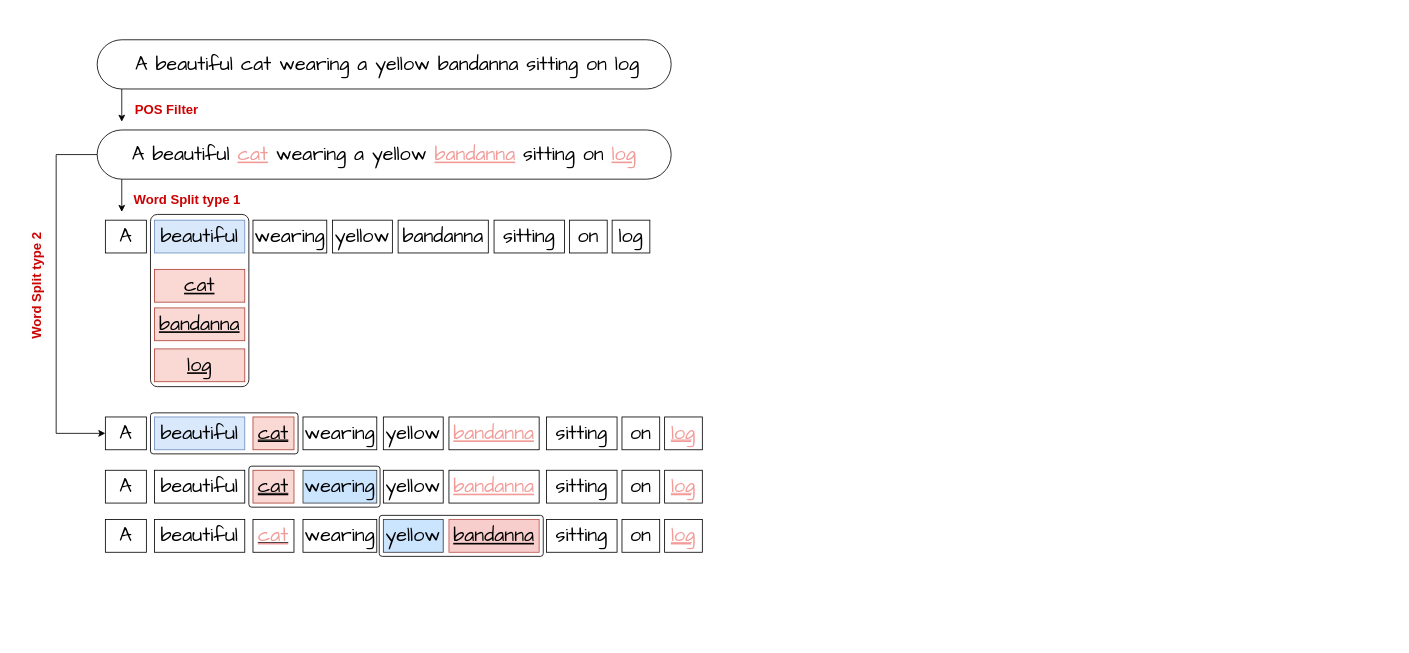
This is backdoor detection.drawio from Aemilia-xu/CS231n, a draw.io file, before an edit. Source tidied: cells renumbered, new cells numbered last; positions are measured from the earlier drawing's top-left corner, leaving out a move shared by most shapes. Both pictures are drawn from the tidied source at 82%, with x=0, y=0 at pixel (-43, 31).
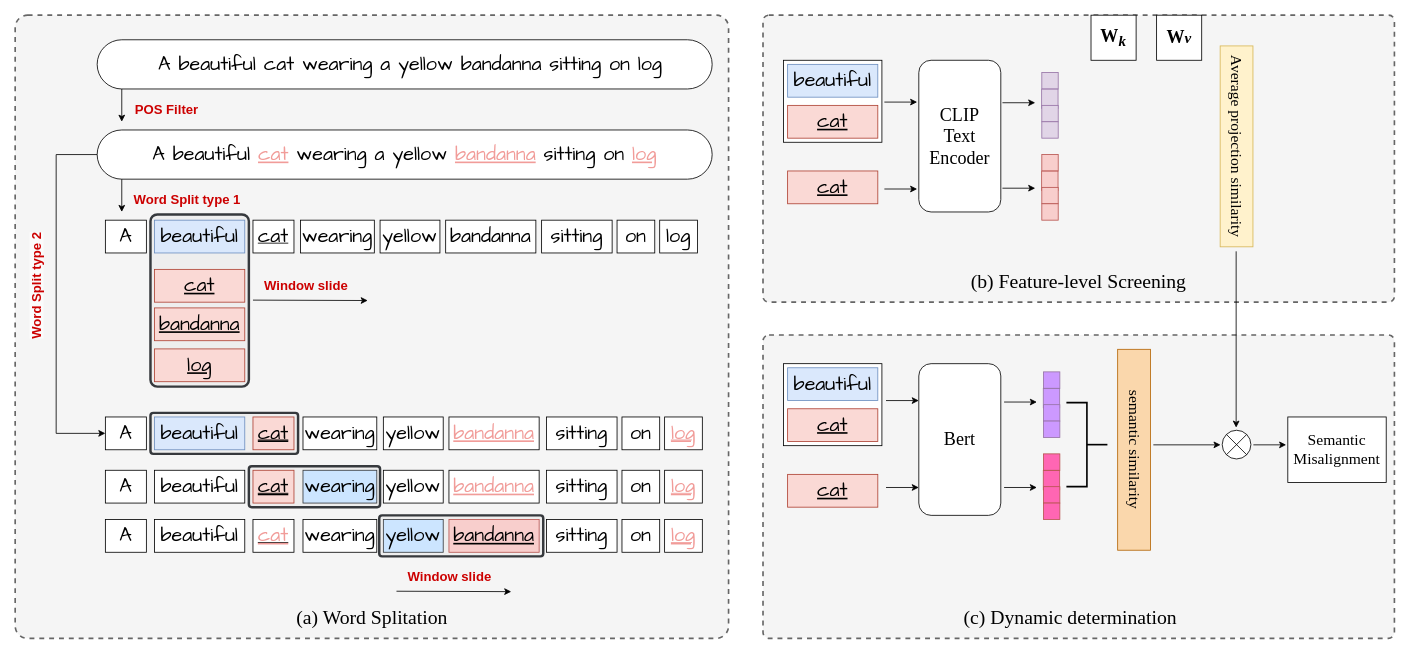
The same page after the edit.

What changed in the source:
```diff
@@
+    <mxCell id="54" style="rounded=1;whiteSpace=wrap;html=1;arcSize=2;strokeWidth=2;dashed=1;fillColor=#f5f5f5;strokeColor=#666666;fontColor=#333333;" parent="1" vertex="1">
+      <mxGeometry x="982" y="370" width="770" height="370" as="geometry" />
+    </mxCell>
+    <mxCell id="55" style="rounded=1;whiteSpace=wrap;html=1;arcSize=2;strokeWidth=2;dashed=1;fillColor=#f5f5f5;strokeColor=#666666;fontColor=#333333;" parent="1" vertex="1">
+      <mxGeometry x="982" y="-20" width="770" height="350" as="geometry" />
+    </mxCell>
+    <mxCell id="56" style="rounded=1;whiteSpace=wrap;html=1;arcSize=2;strokeWidth=2;dashed=1;fillColor=#f5f5f5;strokeColor=#666666;fontColor=#333333;" parent="1" vertex="1">
+      <mxGeometry x="70" y="-20" width="870" height="760" as="geometry" />
+    </mxCell>
+    <mxCell id="57" style="rounded=0;whiteSpace=wrap;html=1;" parent="1" vertex="1">
+      <mxGeometry x="1007" y="35" width="120" height="100" as="geometry" />
+    </mxCell>
-    <mxCell id="2" style="rounded=1;whiteSpace=wrap;html=1;arcSize=7;" parent="1" vertex="1">
+    <mxCell id="2" style="rounded=1;whiteSpace=wrap;html=1;arcSize=7;fillColor=#eeeeee;strokeColor=#36393d;strokeWidth=3;" parent="1" vertex="1">
       <mxGeometry x="235" y="465" width="180" height="50" as="geometry" />
     </mxCell>
-    <mxCell id="3" style="rounded=1;whiteSpace=wrap;html=1;arcSize=7;" parent="1" vertex="1">
+    <mxCell id="3" style="rounded=1;whiteSpace=wrap;html=1;arcSize=7;strokeWidth=3;fillColor=#eeeeee;strokeColor=#36393d;" parent="1" vertex="1">
       <mxGeometry x="235" y="223" width="120" height="210" as="geometry" />
     </mxCell>
     <mxCell id="4" style="rounded=1;whiteSpace=wrap;html=1;arcSize=50;" parent="1" vertex="1">
-      <mxGeometry x="170" y="10" width="700" height="60" as="geometry" />
+      <mxGeometry x="170" y="10" width="750" height="60" as="geometry" />
     </mxCell>
     <mxCell id="5" value="&lt;font face=&quot;Comic Sans MS&quot;&gt;&lt;span style=&quot;font-size: 24px;&quot;&gt;A &lt;font&gt;beautiful&lt;/font&gt;&amp;nbsp;cat wearing a yellow bandanna sitting on log&lt;/span&gt;&lt;/font&gt;" style="text;html=1;align=center;verticalAlign=middle;whiteSpace=wrap;rounded=0;" parent="1" vertex="1">
-      <mxGeometry x="204" width="640" height="80" as="geometry" />
+      <mxGeometry x="231.5" width="640" height="80" as="geometry" />
     </mxCell>
@@
     <mxCell id="7" style="rounded=1;whiteSpace=wrap;html=1;arcSize=50;" parent="1" vertex="1">
-      <mxGeometry x="170" y="120" width="700" height="60" as="geometry" />
+      <mxGeometry x="170" y="120" width="750" height="60" as="geometry" />
     </mxCell>
     <mxCell id="8" value="&lt;font face=&quot;Comic Sans MS&quot;&gt;&lt;span style=&quot;font-size: 24px;&quot;&gt;A &lt;font&gt;beautiful&lt;/font&gt;&amp;nbsp;&lt;font style=&quot;color: rgb(241, 156, 153);&quot;&gt;&lt;u&gt;cat&lt;/u&gt;&lt;/font&gt; wearing a yellow &lt;font style=&quot;color: rgb(241, 156, 153);&quot;&gt;&lt;u&gt;bandanna&lt;/u&gt;&lt;/font&gt; sitting on &lt;font style=&quot;color: rgb(241, 156, 153);&quot;&gt;&lt;u&gt;log&lt;/u&gt;&lt;/font&gt;&lt;/span&gt;&lt;/font&gt;" style="text;html=1;align=center;verticalAlign=middle;whiteSpace=wrap;rounded=0;" parent="1" vertex="1">
-      <mxGeometry x="200" y="110" width="640" height="80" as="geometry" />
+      <mxGeometry x="225" y="110" width="640" height="80" as="geometry" />
     </mxCell>
@@
     <mxCell id="14" value="&lt;span style=&quot;font-family: &amp;quot;Comic Sans MS&amp;quot;; font-size: 24px;&quot;&gt;&lt;font style=&quot;color: rgb(0, 0, 0);&quot;&gt;wearing&lt;/font&gt;&lt;/span&gt;" style="rounded=0;whiteSpace=wrap;html=1;" parent="1" vertex="1">
-      <mxGeometry x="360" y="230" width="90" height="40" as="geometry" />
+      <mxGeometry x="418" y="230" width="90" height="40" as="geometry" />
     </mxCell>
     <mxCell id="15" value="&lt;span style=&quot;font-family: &amp;quot;Comic Sans MS&amp;quot;; font-size: 24px;&quot;&gt;&lt;font style=&quot;color: rgb(0, 0, 0);&quot;&gt;yellow&lt;/font&gt;&lt;/span&gt;" style="rounded=0;whiteSpace=wrap;html=1;" parent="1" vertex="1">
-      <mxGeometry x="457" y="230" width="73" height="40" as="geometry" />
+      <mxGeometry x="515" y="230" width="73" height="40" as="geometry" />
     </mxCell>
     <mxCell id="16" value="&lt;span style=&quot;font-family: &amp;quot;Comic Sans MS&amp;quot;; font-size: 24px;&quot;&gt;&lt;font style=&quot;color: rgb(0, 0, 0);&quot;&gt;bandanna&lt;/font&gt;&lt;/span&gt;" style="rounded=0;whiteSpace=wrap;html=1;" parent="1" vertex="1">
-      <mxGeometry x="537" y="230" width="110" height="40" as="geometry" />
+      <mxGeometry x="595" y="230" width="110" height="40" as="geometry" />
     </mxCell>
     <mxCell id="17" value="&lt;span style=&quot;font-family: &amp;quot;Comic Sans MS&amp;quot;; font-size: 24px;&quot;&gt;&lt;font style=&quot;color: rgb(0, 0, 0);&quot;&gt;sitting&lt;/font&gt;&lt;/span&gt;" style="rounded=0;whiteSpace=wrap;html=1;" parent="1" vertex="1">
-      <mxGeometry x="654" y="230" width="86" height="40" as="geometry" />
+      <mxGeometry x="712" y="230" width="86" height="40" as="geometry" />
     </mxCell>
     <mxCell id="18" value="&lt;span style=&quot;font-family: &amp;quot;Comic Sans MS&amp;quot;; font-size: 24px;&quot;&gt;&lt;font style=&quot;color: rgb(0, 0, 0);&quot;&gt;on&lt;/font&gt;&lt;/span&gt;" style="rounded=0;whiteSpace=wrap;html=1;" parent="1" vertex="1">
-      <mxGeometry x="746" y="230" width="46" height="40" as="geometry" />
+      <mxGeometry x="804" y="230" width="46" height="40" as="geometry" />
     </mxCell>
     <mxCell id="19" value="&lt;span style=&quot;font-family: &amp;quot;Comic Sans MS&amp;quot;; font-size: 24px;&quot;&gt;&lt;font style=&quot;color: rgb(0, 0, 0);&quot;&gt;log&lt;/font&gt;&lt;/span&gt;" style="rounded=0;whiteSpace=wrap;html=1;" parent="1" vertex="1">
-      <mxGeometry x="798" y="230" width="46" height="40" as="geometry" />
+      <mxGeometry x="856" y="230" width="46" height="40" as="geometry" />
     </mxCell>
@@
-    <mxCell id="34" style="rounded=1;whiteSpace=wrap;html=1;arcSize=7;" parent="1" vertex="1">
+    <mxCell id="34" style="rounded=1;whiteSpace=wrap;html=1;arcSize=7;fillColor=#eeeeee;strokeColor=#36393d;strokeWidth=3;" parent="1" vertex="1">
       <mxGeometry x="355" y="530" width="160" height="50" as="geometry" />
     </mxCell>
@@
-    <mxCell id="44" style="rounded=1;whiteSpace=wrap;html=1;arcSize=7;" parent="1" vertex="1">
+    <mxCell id="44" style="rounded=1;whiteSpace=wrap;html=1;arcSize=7;fillColor=#eeeeee;strokeColor=#36393d;strokeWidth=3;" parent="1" vertex="1">
       <mxGeometry x="514" y="590" width="200" height="50" as="geometry" />
     </mxCell>
@@
+    <mxCell id="58" style="endArrow=classic;html=1;rounded=0;" parent="1" edge="1">
+      <mxGeometry relative="1" as="geometry">
+        <mxPoint x="360" y="327.5" as="sourcePoint" />
+        <mxPoint x="500" y="328" as="targetPoint" />
+      </mxGeometry>
+    </mxCell>
+    <mxCell id="59" value="&lt;span style=&quot;font-family: &amp;quot;Comic Sans MS&amp;quot;; font-size: 24px;&quot;&gt;&lt;font style=&quot;color: rgb(0, 0, 0);&quot;&gt;cat&lt;/font&gt;&lt;/span&gt;" style="rounded=0;whiteSpace=wrap;html=1;fontStyle=4;" parent="1" vertex="1">
+      <mxGeometry x="360" y="230" width="50" height="40" as="geometry" />
+    </mxCell>
+    <mxCell id="60" value="Window slide" style="text;strokeColor=none;align=center;fillColor=none;html=1;verticalAlign=middle;whiteSpace=wrap;rounded=0;fontSize=16;fontStyle=1;fontColor=light-dark(#CC0000,#EDEDED);" parent="1" vertex="1">
+      <mxGeometry x="355" y="295" width="140" height="30" as="geometry" />
+    </mxCell>
+    <mxCell id="61" style="endArrow=classic;html=1;rounded=0;" parent="1" edge="1">
+      <mxGeometry relative="1" as="geometry">
+        <mxPoint x="535" y="682.5" as="sourcePoint" />
+        <mxPoint x="675" y="683" as="targetPoint" />
+      </mxGeometry>
+    </mxCell>
+    <mxCell id="62" value="Window slide" style="text;strokeColor=none;align=center;fillColor=none;html=1;verticalAlign=middle;whiteSpace=wrap;rounded=0;fontSize=16;fontStyle=1;fontColor=light-dark(#CC0000,#EDEDED);" parent="1" vertex="1">
+      <mxGeometry x="530" y="650" width="140" height="30" as="geometry" />
+    </mxCell>
+    <mxCell id="63" value="&lt;u style=&quot;font-family: &amp;quot;Comic Sans MS&amp;quot;; font-size: 24px;&quot;&gt;&lt;font style=&quot;color: rgb(0, 0, 0);&quot;&gt;cat&lt;/font&gt;&lt;/u&gt;" style="rounded=0;whiteSpace=wrap;html=1;fillColor=#fad9d5;strokeColor=#ae4132;" parent="1" vertex="1">
+      <mxGeometry x="1012" y="90" width="110" height="40" as="geometry" />
+    </mxCell>
+    <mxCell id="64" value="&lt;span style=&quot;font-family: &amp;quot;Comic Sans MS&amp;quot;; font-size: 24px;&quot;&gt;&lt;font style=&quot;color: rgb(0, 0, 0);&quot;&gt;beautiful&lt;/font&gt;&lt;/span&gt;" style="rounded=0;whiteSpace=wrap;html=1;fillColor=#dae8fc;strokeColor=#6c8ebf;" parent="1" vertex="1">
+      <mxGeometry x="1012" y="40" width="110" height="40" as="geometry" />
+    </mxCell>
+    <mxCell id="65" value="&lt;u style=&quot;font-family: &amp;quot;Comic Sans MS&amp;quot;; font-size: 24px;&quot;&gt;&lt;font style=&quot;color: rgb(0, 0, 0);&quot;&gt;cat&lt;/font&gt;&lt;/u&gt;" style="rounded=0;whiteSpace=wrap;html=1;fillColor=#fad9d5;strokeColor=#ae4132;" parent="1" vertex="1">
+      <mxGeometry x="1012" y="170" width="110" height="40" as="geometry" />
+    </mxCell>
+    <mxCell id="66" value="&lt;font face=&quot;Times New Roman&quot; style=&quot;font-size: 22px;&quot;&gt;CLIP&lt;/font&gt;&lt;div&gt;&lt;font face=&quot;Times New Roman&quot; style=&quot;font-size: 22px;&quot;&gt;Text&lt;/font&gt;&lt;/div&gt;&lt;div&gt;&lt;font face=&quot;Times New Roman&quot; style=&quot;font-size: 22px;&quot;&gt;Encoder&lt;/font&gt;&lt;/div&gt;" style="rounded=1;whiteSpace=wrap;html=1;" parent="1" vertex="1">
+      <mxGeometry x="1172" y="35" width="100" height="185" as="geometry" />
+    </mxCell>
+    <mxCell id="67" style="endArrow=classic;html=1;rounded=0;" parent="1" edge="1">
+      <mxGeometry relative="1" as="geometry">
+        <mxPoint x="1130" y="86" as="sourcePoint" />
+        <mxPoint x="1170" y="86" as="targetPoint" />
+      </mxGeometry>
+    </mxCell>
+    <mxCell id="68" style="endArrow=classic;html=1;rounded=0;" parent="1" edge="1">
+      <mxGeometry relative="1" as="geometry">
+        <mxPoint x="1130" y="192" as="sourcePoint" />
+        <mxPoint x="1170" y="192" as="targetPoint" />
+      </mxGeometry>
+    </mxCell>
+    <mxCell id="69" style="group;rotation=90;" parent="1" vertex="1">
+      <mxGeometry x="1282" y="70" width="100" height="20" as="geometry" />
+    </mxCell>
+    <mxCell id="70" style="rounded=0;whiteSpace=wrap;html=1;fillColor=#e1d5e7;strokeColor=#9673a6;rotation=90;" parent="69" vertex="1">
+      <mxGeometry x="40" y="-20" width="20" height="20" as="geometry" />
+    </mxCell>
+    <mxCell id="71" style="rounded=0;whiteSpace=wrap;html=1;fillColor=#e1d5e7;strokeColor=#9673a6;rotation=90;" parent="69" vertex="1">
+      <mxGeometry x="38" y="2" width="23.6" height="20" as="geometry" />
+    </mxCell>
+    <mxCell id="72" style="rounded=0;whiteSpace=wrap;html=1;fillColor=#e1d5e7;strokeColor=#9673a6;rotation=90;" parent="69" vertex="1">
+      <mxGeometry x="40" y="20" width="20" height="20" as="geometry" />
+    </mxCell>
+    <mxCell id="73" style="rounded=0;whiteSpace=wrap;html=1;fillColor=#e1d5e7;strokeColor=#9673a6;rotation=90;" parent="69" vertex="1">
+      <mxGeometry x="40" y="40" width="20" height="20" as="geometry" />
+    </mxCell>
+    <mxCell id="74" style="endArrow=classic;html=1;rounded=0;" parent="1" edge="1">
+      <mxGeometry relative="1" as="geometry">
+        <mxPoint x="1274" y="86.8" as="sourcePoint" />
+        <mxPoint x="1314" y="86.8" as="targetPoint" />
+      </mxGeometry>
+    </mxCell>
+    <mxCell id="75" style="endArrow=classic;html=1;rounded=0;" parent="1" edge="1">
+      <mxGeometry relative="1" as="geometry">
+        <mxPoint x="1274" y="191" as="sourcePoint" />
+        <mxPoint x="1314" y="191" as="targetPoint" />
+      </mxGeometry>
+    </mxCell>
+    <mxCell id="76" style="group;rotation=90;" parent="1" vertex="1">
+      <mxGeometry x="1282" y="170" width="100" height="20" as="geometry" />
+    </mxCell>
+    <mxCell id="77" style="rounded=0;whiteSpace=wrap;html=1;fillColor=#f8cecc;strokeColor=#b85450;rotation=90;" parent="76" vertex="1">
+      <mxGeometry x="40" y="-20" width="20" height="20" as="geometry" />
+    </mxCell>
+    <mxCell id="78" style="rounded=0;whiteSpace=wrap;html=1;fillColor=#f8cecc;strokeColor=#b85450;rotation=90;" parent="76" vertex="1">
+      <mxGeometry x="38" y="2" width="23.6" height="20" as="geometry" />
+    </mxCell>
+    <mxCell id="79" style="rounded=0;whiteSpace=wrap;html=1;fillColor=#f8cecc;strokeColor=#b85450;rotation=90;" parent="76" vertex="1">
+      <mxGeometry x="40" y="20" width="20" height="20" as="geometry" />
+    </mxCell>
+    <mxCell id="80" style="rounded=0;whiteSpace=wrap;html=1;fillColor=#f8cecc;strokeColor=#b85450;rotation=90;" parent="76" vertex="1">
+      <mxGeometry x="40" y="40" width="20" height="20" as="geometry" />
+    </mxCell>
+    <mxCell id="81" value="&lt;font face=&quot;Times New Roman&quot;&gt;&lt;b&gt;W&lt;sub&gt;&lt;i&gt;k&lt;/i&gt;&lt;/sub&gt;&lt;/b&gt;&lt;/font&gt;" style="whiteSpace=wrap;html=1;fontSize=22;" parent="1" vertex="1">
+      <mxGeometry x="1382" y="-20" width="55" height="55" as="geometry" />
+    </mxCell>
+    <mxCell id="82" value="&lt;font face=&quot;Times New Roman&quot;&gt;&lt;b&gt;W&lt;span style=&quot;font-size: 18.3333px;&quot;&gt;&lt;i&gt;v&lt;/i&gt;&lt;/span&gt;&lt;/b&gt;&lt;/font&gt;" style="whiteSpace=wrap;html=1;fontSize=22;" parent="1" vertex="1">
+      <mxGeometry x="1462" y="-20" width="55" height="55" as="geometry" />
+    </mxCell>
+    <mxCell id="83" value="&lt;font face=&quot;Times New Roman&quot; style=&quot;font-size: 19px;&quot;&gt;Average projection similarity&lt;/font&gt;" style="rounded=0;whiteSpace=wrap;html=1;rotation=90;fillColor=#fff2cc;strokeColor=#d6b656;align=center;verticalAlign=middle;" parent="1" vertex="1">
+      <mxGeometry x="1437" y="120" width="245" height="40" as="geometry" />
+    </mxCell>
+    <mxCell id="84" style="rounded=0;whiteSpace=wrap;html=1;" parent="1" vertex="1">
+      <mxGeometry x="1007" y="405" width="120" height="100" as="geometry" />
+    </mxCell>
+    <mxCell id="85" value="&lt;u style=&quot;font-family: &amp;quot;Comic Sans MS&amp;quot;; font-size: 24px;&quot;&gt;&lt;font style=&quot;color: rgb(0, 0, 0);&quot;&gt;cat&lt;/font&gt;&lt;/u&gt;" style="rounded=0;whiteSpace=wrap;html=1;fillColor=#fad9d5;strokeColor=#ae4132;" parent="1" vertex="1">
+      <mxGeometry x="1012" y="460" width="110" height="40" as="geometry" />
+    </mxCell>
+    <mxCell id="86" value="&lt;span style=&quot;font-family: &amp;quot;Comic Sans MS&amp;quot;; font-size: 24px;&quot;&gt;&lt;font style=&quot;color: rgb(0, 0, 0);&quot;&gt;beautiful&lt;/font&gt;&lt;/span&gt;" style="rounded=0;whiteSpace=wrap;html=1;fillColor=#dae8fc;strokeColor=#6c8ebf;" parent="1" vertex="1">
+      <mxGeometry x="1012" y="410" width="110" height="40" as="geometry" />
+    </mxCell>
+    <mxCell id="87" value="&lt;u style=&quot;font-family: &amp;quot;Comic Sans MS&amp;quot;; font-size: 24px;&quot;&gt;&lt;font style=&quot;color: rgb(0, 0, 0);&quot;&gt;cat&lt;/font&gt;&lt;/u&gt;" style="rounded=0;whiteSpace=wrap;html=1;fillColor=#fad9d5;strokeColor=#ae4132;" parent="1" vertex="1">
+      <mxGeometry x="1012" y="540" width="110" height="40" as="geometry" />
+    </mxCell>
+    <mxCell id="88" value="&lt;span style=&quot;font-size: 22px;&quot;&gt;&lt;font face=&quot;Times New Roman&quot;&gt;Bert&lt;/font&gt;&lt;/span&gt;" style="rounded=1;whiteSpace=wrap;html=1;" parent="1" vertex="1">
+      <mxGeometry x="1172" y="405" width="100" height="185" as="geometry" />
+    </mxCell>
+    <mxCell id="89" style="endArrow=classic;html=1;rounded=0;" parent="1" edge="1">
+      <mxGeometry relative="1" as="geometry">
+        <mxPoint x="1132" y="450" as="sourcePoint" />
+        <mxPoint x="1172" y="450" as="targetPoint" />
+      </mxGeometry>
+    </mxCell>
+    <mxCell id="90" style="endArrow=classic;html=1;rounded=0;" parent="1" edge="1">
+      <mxGeometry relative="1" as="geometry">
+        <mxPoint x="1132" y="556" as="sourcePoint" />
+        <mxPoint x="1172" y="556" as="targetPoint" />
+      </mxGeometry>
+    </mxCell>
+    <mxCell id="91" style="group;rotation=90;" parent="1" vertex="1">
+      <mxGeometry x="1284" y="435" width="100" height="20" as="geometry" />
+    </mxCell>
+    <mxCell id="92" style="rounded=0;whiteSpace=wrap;html=1;fillColor=#CC99FF;strokeColor=#9673a6;rotation=90;" parent="91" vertex="1">
+      <mxGeometry x="40" y="-20" width="20" height="20" as="geometry" />
+    </mxCell>
+    <mxCell id="93" style="rounded=0;whiteSpace=wrap;html=1;fillColor=#CC99FF;strokeColor=#9673a6;rotation=90;" parent="91" vertex="1">
+      <mxGeometry x="38" y="2" width="23.6" height="20" as="geometry" />
+    </mxCell>
+    <mxCell id="94" style="rounded=0;whiteSpace=wrap;html=1;fillColor=#CC99FF;strokeColor=#9673a6;rotation=90;" parent="91" vertex="1">
+      <mxGeometry x="40" y="20" width="20" height="20" as="geometry" />
+    </mxCell>
+    <mxCell id="95" style="rounded=0;whiteSpace=wrap;html=1;fillColor=#CC99FF;strokeColor=#9673a6;rotation=90;" parent="91" vertex="1">
+      <mxGeometry x="40" y="40" width="20" height="20" as="geometry" />
+    </mxCell>
+    <mxCell id="96" style="endArrow=classic;html=1;rounded=0;" parent="1" edge="1">
+      <mxGeometry relative="1" as="geometry">
+        <mxPoint x="1276" y="451.8" as="sourcePoint" />
+        <mxPoint x="1316" y="451.8" as="targetPoint" />
+      </mxGeometry>
+    </mxCell>
+    <mxCell id="97" style="endArrow=classic;html=1;rounded=0;" parent="1" edge="1">
+      <mxGeometry relative="1" as="geometry">
+        <mxPoint x="1276" y="556" as="sourcePoint" />
+        <mxPoint x="1316" y="556" as="targetPoint" />
+      </mxGeometry>
+    </mxCell>
+    <mxCell id="98" style="group;rotation=90;" parent="1" vertex="1">
+      <mxGeometry x="1284" y="535" width="100" height="20" as="geometry" />
+    </mxCell>
+    <mxCell id="99" style="rounded=0;whiteSpace=wrap;html=1;fillColor=#FF66B3;strokeColor=#b85450;rotation=90;" parent="98" vertex="1">
+      <mxGeometry x="40" y="-20" width="20" height="20" as="geometry" />
+    </mxCell>
+    <mxCell id="100" style="rounded=0;whiteSpace=wrap;html=1;fillColor=#FF66B3;strokeColor=#b85450;rotation=90;" parent="98" vertex="1">
+      <mxGeometry x="38" y="2" width="23.6" height="20" as="geometry" />
+    </mxCell>
+    <mxCell id="101" style="rounded=0;whiteSpace=wrap;html=1;fillColor=#FF66B3;strokeColor=#b85450;rotation=90;" parent="98" vertex="1">
+      <mxGeometry x="40" y="20" width="20" height="20" as="geometry" />
+    </mxCell>
+    <mxCell id="102" style="rounded=0;whiteSpace=wrap;html=1;fillColor=#FF66B3;strokeColor=#b85450;rotation=90;" parent="98" vertex="1">
+      <mxGeometry x="40" y="40" width="20" height="20" as="geometry" />
+    </mxCell>
+    <mxCell id="103" value="&lt;div&gt;&lt;font face=&quot;Times New Roman&quot;&gt;&lt;span style=&quot;font-size: 19px;&quot;&gt;semantic similarity&lt;/span&gt;&lt;/font&gt;&lt;/div&gt;" style="rounded=0;whiteSpace=wrap;html=1;rotation=90;fillColor=#fad7ac;strokeColor=#b46504;align=center;verticalAlign=middle;" parent="1" vertex="1">
+      <mxGeometry x="1312" y="490" width="245" height="40" as="geometry" />
+    </mxCell>
+    <mxCell id="104" style="shape=sumEllipse;perimeter=ellipsePerimeter;whiteSpace=wrap;html=1;backgroundOutline=1;" parent="1" vertex="1">
+      <mxGeometry x="1542" y="486.2" width="35" height="35" as="geometry" />
+    </mxCell>
+    <mxCell id="105" style="strokeWidth=2;html=1;shape=mxgraph.flowchart.annotation_2;align=left;labelPosition=right;rotation=-180;" parent="1" vertex="1">
+      <mxGeometry x="1352" y="452.5" width="50" height="102.5" as="geometry" />
+    </mxCell>
+    <mxCell id="106" style="endArrow=classic;html=1;rounded=0;" parent="1" edge="1">
+      <mxGeometry relative="1" as="geometry">
+        <mxPoint x="1458" y="504" as="sourcePoint" />
+        <mxPoint x="1540" y="504" as="targetPoint" />
+      </mxGeometry>
+    </mxCell>
+    <mxCell id="107" style="endArrow=classic;html=1;rounded=0;" parent="1" edge="1">
+      <mxGeometry relative="1" as="geometry">
+        <mxPoint x="1559" y="268" as="sourcePoint" />
+        <mxPoint x="1559" y="483" as="targetPoint" />
+      </mxGeometry>
+    </mxCell>
+    <mxCell id="108" value="&lt;font style=&quot;font-size: 19px;&quot; face=&quot;Times New Roman&quot;&gt;Semantic Misalignment&lt;/font&gt;" style="rounded=0;whiteSpace=wrap;html=1;rotation=0;align=center;verticalAlign=middle;" parent="1" vertex="1">
+      <mxGeometry x="1622" y="470" width="120" height="80" as="geometry" />
+    </mxCell>
+    <mxCell id="109" style="endArrow=classic;html=1;rounded=0;" parent="1" edge="1">
+      <mxGeometry relative="1" as="geometry">
+        <mxPoint x="1580" y="504" as="sourcePoint" />
+        <mxPoint x="1620" y="504" as="targetPoint" />
+      </mxGeometry>
+    </mxCell>
+    <mxCell id="110" value="&lt;font style=&quot;font-size: 24px;&quot; face=&quot;Times New Roman&quot;&gt;(a) Word Splitation&lt;/font&gt;" style="text;strokeColor=none;align=center;fillColor=none;html=1;verticalAlign=middle;whiteSpace=wrap;rounded=0;" parent="1" vertex="1">
+      <mxGeometry x="382.5" y="700" width="245" height="30" as="geometry" />
+    </mxCell>
+    <mxCell id="111" value="&lt;font style=&quot;&quot; face=&quot;Times New Roman&quot;&gt;&lt;span style=&quot;font-size: 24px;&quot;&gt;(b) Feature-level Screening&lt;/span&gt;&lt;/font&gt;" style="text;strokeColor=none;align=center;fillColor=none;html=1;verticalAlign=middle;whiteSpace=wrap;rounded=0;" parent="1" vertex="1">
+      <mxGeometry x="1192" y="290" width="350" height="30" as="geometry" />
+    </mxCell>
+    <mxCell id="112" value="&lt;font style=&quot;&quot; face=&quot;Times New Roman&quot;&gt;&lt;span style=&quot;font-size: 24px;&quot;&gt;(c)&amp;nbsp;&lt;/span&gt;&lt;/font&gt;&lt;font face=&quot;Times New Roman&quot;&gt;&lt;span style=&quot;font-size: 24px;&quot;&gt;Dynamic determination&lt;/span&gt;&lt;/font&gt;" style="text;strokeColor=none;align=center;fillColor=none;html=1;verticalAlign=middle;whiteSpace=wrap;rounded=0;" parent="1" vertex="1">
+      <mxGeometry x="1182" y="700" width="350" height="30" as="geometry" />
+    </mxCell>
```
